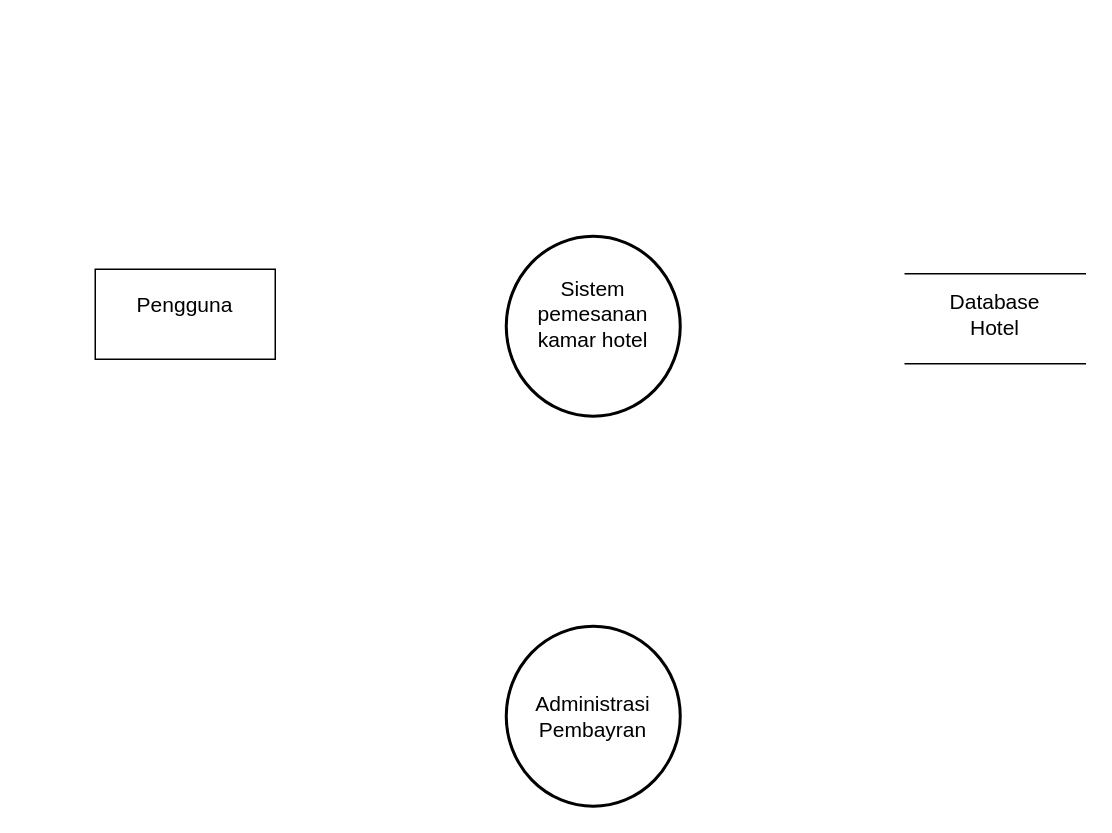
Above: page "Halaman-1" (1 of 2) of Diagram Tanpa Judul.drawio in NayaRPL/apaaja (draw.io), before the change. Source tidied: cells renumbered, new cells numbered last; positions are measured from the earlier drawing's top-left corner, leaving out a move shared by most shapes. Both pictures are drawn from the tidied source at 150%, with x=0, y=0 at pixel (94, 236).
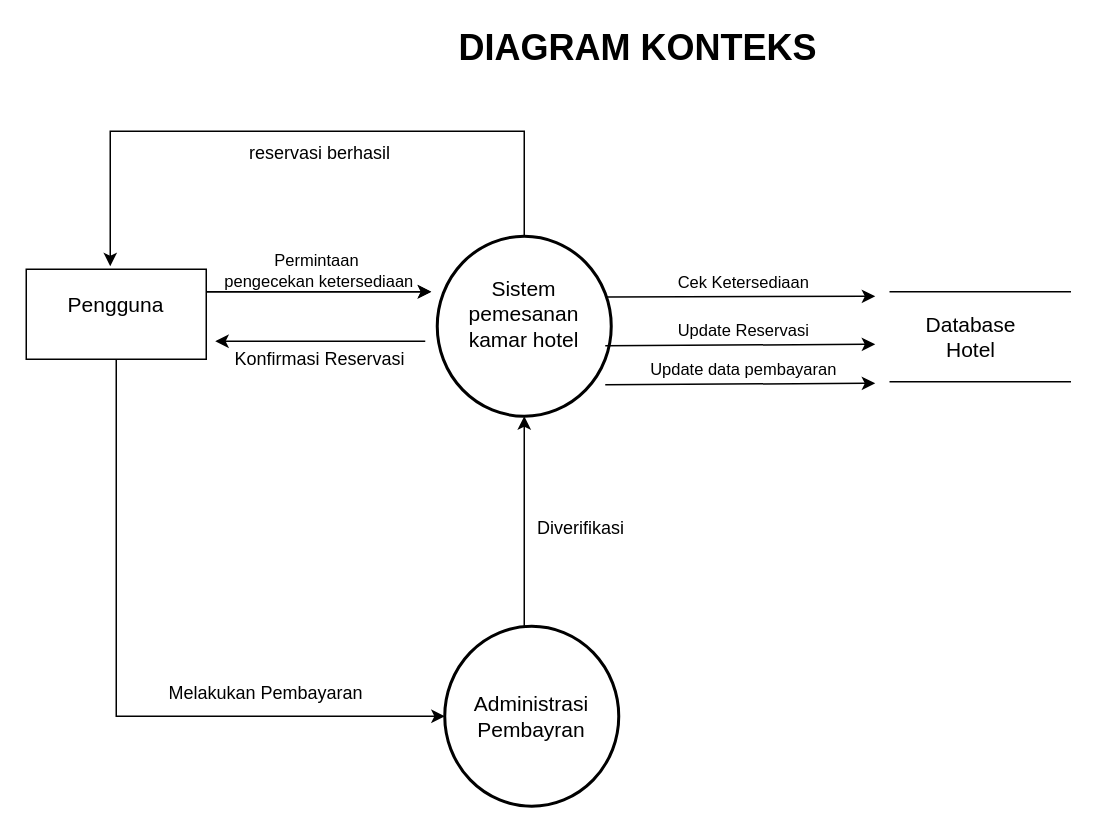
After the change.

Diff of the diagram source:
```diff
@@
     <mxCell id="2" style="shape=partialRectangle;whiteSpace=wrap;html=1;left=0;right=0;fillColor=none;" parent="1" vertex="1">
-      <mxGeometry x="540" y="25" width="120" height="60" as="geometry" />
+      <mxGeometry x="530" y="37" width="120" height="60" as="geometry" />
     </mxCell>
     <mxCell id="3" style="rounded=0;whiteSpace=wrap;html=1;" parent="1" vertex="1">
-      <mxGeometry y="22" width="120" height="60" as="geometry" />
+      <mxGeometry x="-46" y="22" width="120" height="60" as="geometry" />
     </mxCell>
+    <mxCell id="10" style="edgeStyle=orthogonalEdgeStyle;rounded=0;jettySize=auto;html=1;exitX=0.5;exitY=0;exitDx=0;exitDy=0;exitPerimeter=0;" parent="1" edge="1" source="4">
+      <mxGeometry relative="1" as="geometry">
+        <mxPoint x="10" y="20" as="targetPoint" />
+        <Array as="points">
+          <mxPoint x="286" y="-70" />
+          <mxPoint x="10" y="-70" />
+        </Array>
+      </mxGeometry>
+    </mxCell>
     <mxCell id="4" style="strokeWidth=2;html=1;shape=mxgraph.flowchart.start_2;whiteSpace=wrap;" parent="1" vertex="1">
-      <mxGeometry x="274" width="116" height="120" as="geometry" />
+      <mxGeometry x="228" width="116" height="120" as="geometry" />
     </mxCell>
     <mxCell id="5" value="&lt;font style=&quot;font-size: 14px;&quot;&gt;Pengguna&lt;/font&gt;" style="text;html=1;align=center;verticalAlign=middle;whiteSpace=wrap;rounded=0;" parent="1" vertex="1">
-      <mxGeometry x="30" y="31" width="60" height="30" as="geometry" />
+      <mxGeometry x="-16" y="31" width="60" height="30" as="geometry" />
     </mxCell>
     <mxCell id="6" value="&lt;font style=&quot;font-size: 14px;&quot;&gt;Sistem pemesanan kamar hotel&lt;/font&gt;" style="text;html=1;align=center;verticalAlign=middle;whiteSpace=wrap;rounded=0;" parent="1" vertex="1">
-      <mxGeometry x="292" y="37" width="80" height="30" as="geometry" />
+      <mxGeometry x="246" y="37" width="80" height="30" as="geometry" />
     </mxCell>
     <mxCell id="7" value="&lt;font style=&quot;font-size: 14px;&quot;&gt;Database Hotel&lt;/font&gt;" style="text;html=1;align=center;verticalAlign=middle;whiteSpace=wrap;rounded=0;" parent="1" vertex="1">
-      <mxGeometry x="570" y="37" width="60" height="30" as="geometry" />
+      <mxGeometry x="554" y="52" width="60" height="30" as="geometry" />
     </mxCell>
     <mxCell id="8" style="strokeWidth=2;html=1;shape=mxgraph.flowchart.start_2;whiteSpace=wrap;" parent="1" vertex="1">
-      <mxGeometry x="274" y="260" width="116" height="120" as="geometry" />
+      <mxGeometry x="233" y="260" width="116" height="120" as="geometry" />
     </mxCell>
     <mxCell id="9" value="&lt;font style=&quot;font-size: 14px;&quot;&gt;Administrasi Pembayran&lt;/font&gt;" style="text;html=1;align=center;verticalAlign=middle;whiteSpace=wrap;rounded=0;" parent="1" vertex="1">
-      <mxGeometry x="302" y="305" width="60" height="30" as="geometry" />
+      <mxGeometry x="261" y="305" width="60" height="30" as="geometry" />
     </mxCell>
+    <mxCell id="11" style="endArrow=classic;html=1;rounded=0;" parent="1" edge="1">
+      <mxGeometry relative="1" as="geometry">
+        <mxPoint x="74" y="37" as="sourcePoint" />
+        <mxPoint x="224" y="37" as="targetPoint" />
+      </mxGeometry>
+    </mxCell>
+    <mxCell id="12" value="Permintaan&amp;nbsp;&lt;div&gt;pengecekan ketersediaan&lt;/div&gt;" style="edgeLabel;html=1;align=center;verticalAlign=middle;" parent="11" vertex="1">
+      <mxGeometry relative="1" as="geometry">
+        <mxPoint x="-1" y="-15" as="offset" />
+      </mxGeometry>
+    </mxCell>
+    <mxCell id="13" style="endArrow=classic;html=1;rounded=0;" parent="1" edge="1">
+      <mxGeometry relative="1" as="geometry">
+        <mxPoint x="74" y="37" as="sourcePoint" />
+        <mxPoint x="224" y="37" as="targetPoint" />
+      </mxGeometry>
+    </mxCell>
+    <mxCell id="14" style="endArrow=classic;html=1;rounded=0;exitX=0.969;exitY=0.338;exitDx=0;exitDy=0;exitPerimeter=0;" parent="1" edge="1" source="4">
+      <mxGeometry relative="1" as="geometry">
+        <mxPoint x="520" y="40" as="targetPoint" />
+      </mxGeometry>
+    </mxCell>
+    <mxCell id="15" value="Cek Ketersediaan" style="edgeLabel;html=1;align=center;verticalAlign=middle;" parent="14" vertex="1">
+      <mxGeometry x="0.01" y="-4" relative="1" as="geometry">
+        <mxPoint y="-14" as="offset" />
+      </mxGeometry>
+    </mxCell>
+    <mxCell id="16" style="endArrow=classic;html=1;rounded=0;" parent="1" edge="1">
+      <mxGeometry relative="1" as="geometry">
+        <mxPoint x="220" y="70" as="sourcePoint" />
+        <mxPoint x="80" y="70" as="targetPoint" />
+      </mxGeometry>
+    </mxCell>
+    <mxCell id="17" value="Konfirmasi Reservasi" style="text;html=1;align=center;verticalAlign=middle;whiteSpace=wrap;rounded=0;" parent="1" vertex="1">
+      <mxGeometry x="80" y="67" width="140" height="30" as="geometry" />
+    </mxCell>
+    <mxCell id="18" style="endArrow=classic;html=1;rounded=0;exitX=0.969;exitY=0.338;exitDx=0;exitDy=0;exitPerimeter=0;" parent="1" edge="1">
+      <mxGeometry relative="1" as="geometry">
+        <mxPoint x="340" y="73" as="sourcePoint" />
+        <mxPoint x="520" y="72" as="targetPoint" />
+      </mxGeometry>
+    </mxCell>
+    <mxCell id="19" value="Update Reservasi" style="edgeLabel;html=1;align=center;verticalAlign=middle;" parent="18" vertex="1">
+      <mxGeometry x="0.01" y="-4" relative="1" as="geometry">
+        <mxPoint y="-14" as="offset" />
+      </mxGeometry>
+    </mxCell>
+    <mxCell id="20" style="edgeStyle=orthogonalEdgeStyle;rounded=0;jettySize=auto;html=1;exitX=0.5;exitY=1;exitDx=0;exitDy=0;entryX=0;entryY=0.5;entryDx=0;entryDy=0;entryPerimeter=0;" parent="1" edge="1" source="3" target="8">
+      <mxGeometry relative="1" as="geometry" />
+    </mxCell>
+    <mxCell id="21" value="Melakukan Pembayaran" style="text;html=1;align=center;verticalAlign=middle;whiteSpace=wrap;rounded=0;" parent="1" vertex="1">
+      <mxGeometry x="44" y="290" width="140" height="30" as="geometry" />
+    </mxCell>
+    <mxCell id="22" style="edgeStyle=orthogonalEdgeStyle;rounded=0;jettySize=auto;html=1;exitX=0.5;exitY=0;exitDx=0;exitDy=0;exitPerimeter=0;entryX=0.5;entryY=1;entryDx=0;entryDy=0;entryPerimeter=0;" parent="1" edge="1" source="8" target="4">
+      <mxGeometry relative="1" as="geometry">
+        <Array as="points">
+          <mxPoint x="286" y="260" />
+        </Array>
+      </mxGeometry>
+    </mxCell>
+    <mxCell id="23" value="Diverifikasi" style="text;html=1;align=center;verticalAlign=middle;whiteSpace=wrap;rounded=0;" parent="1" vertex="1">
+      <mxGeometry x="294" y="180" width="60" height="30" as="geometry" />
+    </mxCell>
+    <mxCell id="24" style="endArrow=classic;html=1;rounded=0;exitX=0.969;exitY=0.338;exitDx=0;exitDy=0;exitPerimeter=0;" parent="1" edge="1">
+      <mxGeometry relative="1" as="geometry">
+        <mxPoint x="340" y="99" as="sourcePoint" />
+        <mxPoint x="520" y="98" as="targetPoint" />
+      </mxGeometry>
+    </mxCell>
+    <mxCell id="25" value="Update data pembayaran" style="edgeLabel;html=1;align=center;verticalAlign=middle;" parent="24" vertex="1">
+      <mxGeometry x="0.01" y="-4" relative="1" as="geometry">
+        <mxPoint y="-14" as="offset" />
+      </mxGeometry>
+    </mxCell>
+    <mxCell id="26" value="reservasi berhasil" style="text;html=1;align=center;verticalAlign=middle;whiteSpace=wrap;rounded=0;" parent="1" vertex="1">
+      <mxGeometry x="80" y="-70" width="140" height="30" as="geometry" />
+    </mxCell>
+    <mxCell id="27" value="&lt;b&gt;&lt;font style=&quot;font-size: 24px;&quot;&gt;DIAGRAM KONTEKS&lt;/font&gt;&lt;/b&gt;" style="text;html=1;align=center;verticalAlign=middle;whiteSpace=wrap;rounded=0;" parent="1" vertex="1">
+      <mxGeometry x="212" y="-140" width="300" height="30" as="geometry" />
+    </mxCell>
```
